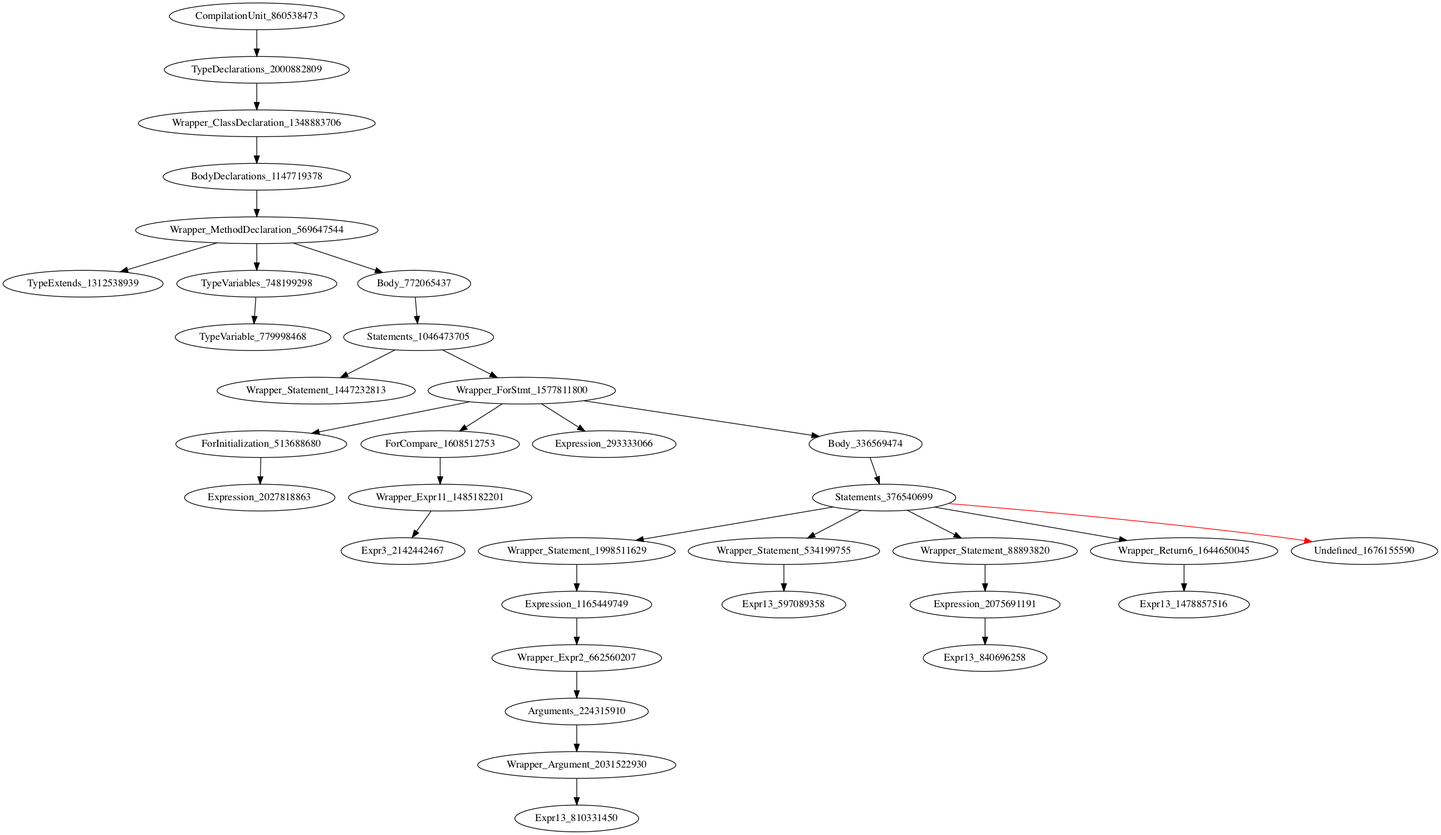
The Graphviz diagram holeAST.png in icse2023material/VoiceJava, before a commit. Its source is kept beside it as holeAST.dot.
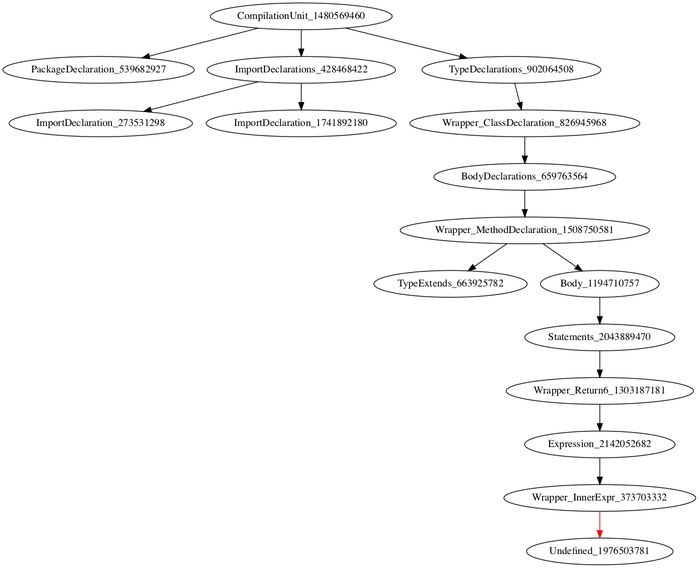
Above is the later version.

The edit, as a diff of the source:
```diff
@@ -1,35 +1,17 @@
 digraph {
-CompilationUnit_860538473 -> TypeDeclarations_2000882809
-TypeDeclarations_2000882809 -> Wrapper_ClassDeclaration_1348883706
-Wrapper_ClassDeclaration_1348883706 -> BodyDeclarations_1147719378
-BodyDeclarations_1147719378 -> Wrapper_MethodDeclaration_569647544
-Wrapper_MethodDeclaration_569647544 -> TypeExtends_1312538939
-Wrapper_MethodDeclaration_569647544 -> TypeVariables_748199298
-Wrapper_MethodDeclaration_569647544 -> Body_772065437
-TypeVariables_748199298 -> TypeVariable_779998468
-Body_772065437 -> Statements_1046473705
-Statements_1046473705 -> Wrapper_Statement_1447232813
-Statements_1046473705 -> Wrapper_ForStmt_1577811800
-Wrapper_ForStmt_1577811800 -> ForInitialization_513688680
-Wrapper_ForStmt_1577811800 -> ForCompare_1608512753
-Wrapper_ForStmt_1577811800 -> Expression_293333066
-Wrapper_ForStmt_1577811800 -> Body_336569474
-ForInitialization_513688680 -> Expression_2027818863
-ForCompare_1608512753 -> Wrapper_Expr11_1485182201
-Body_336569474 -> Statements_376540699
-Wrapper_Expr11_1485182201 -> Expr3_2142442467
-Statements_376540699 -> Wrapper_Statement_1998511629
-Statements_376540699 -> Wrapper_Statement_534199755
-Statements_376540699 -> Wrapper_Statement_88893820
-Statements_376540699 -> Wrapper_Return6_1644650045
-Statements_376540699 -> Undefined_1676155590 [color = red]
-Wrapper_Statement_1998511629 -> Expression_1165449749
-Wrapper_Statement_534199755 -> Expr13_597089358
-Wrapper_Statement_88893820 -> Expression_2075691191
-Wrapper_Return6_1644650045 -> Expr13_1478857516
-Expression_1165449749 -> Wrapper_Expr2_662560207
-Expression_2075691191 -> Expr13_840696258
-Wrapper_Expr2_662560207 -> Arguments_224315910
-Arguments_224315910 -> Wrapper_Argument_2031522930
-Wrapper_Argument_2031522930 -> Expr13_810331450
+CompilationUnit_1480569460 -> PackageDeclaration_539682927
+CompilationUnit_1480569460 -> ImportDeclarations_428468422
+CompilationUnit_1480569460 -> TypeDeclarations_902064508
+ImportDeclarations_428468422 -> ImportDeclaration_273531298
+ImportDeclarations_428468422 -> ImportDeclaration_1741892180
+TypeDeclarations_902064508 -> Wrapper_ClassDeclaration_826945968
+Wrapper_ClassDeclaration_826945968 -> BodyDeclarations_659763564
+BodyDeclarations_659763564 -> Wrapper_MethodDeclaration_1508750581
+Wrapper_MethodDeclaration_1508750581 -> TypeExtends_663925782
+Wrapper_MethodDeclaration_1508750581 -> Body_1194710757
+Body_1194710757 -> Statements_2043889470
+Statements_2043889470 -> Wrapper_Return6_1303187181
+Wrapper_Return6_1303187181 -> Expression_2142052682
+Expression_2142052682 -> Wrapper_InnerExpr_373703332
+Wrapper_InnerExpr_373703332 -> Undefined_1976503781 [color = red]
 }
```
